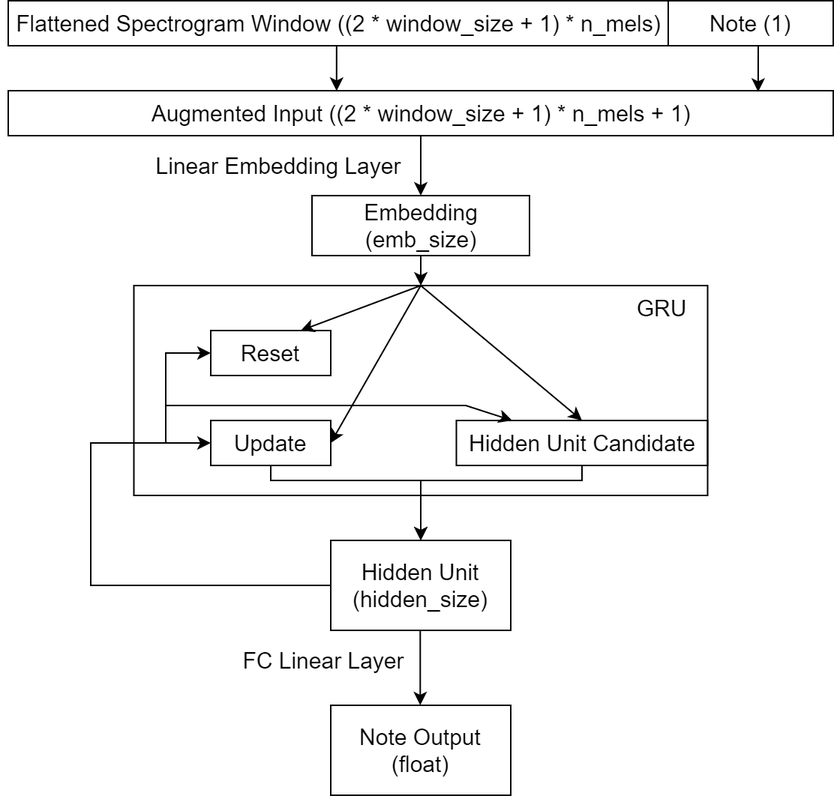
Hazelstorm/413w22-taikomapper keeps this draw.io diagram as images/noteColourRNN.png. Above is the earlier version. Source tidied: cells renumbered, new cells last; positions are measured from the earlier drawing's top-left corner, leaving out a move shared by most shapes. Source of this version:
```xml
<mxGraphModel>
  <root>
    <mxCell id="0" />
    <mxCell id="1" parent="0" />
    <mxCell id="2" style="rounded=0;whiteSpace=wrap;html=1;labelBackgroundColor=none;fontSize=15;strokeColor=default;fillColor=none;" parent="1" vertex="1">
      <mxGeometry x="88.8" y="190" width="382.5" height="140" as="geometry" />
    </mxCell>
    <mxCell id="3" style="edgeStyle=orthogonalEdgeStyle;rounded=0;jettySize=auto;html=1;exitX=0.5;exitY=1;exitDx=0;exitDy=0;entryX=0.398;entryY=0.005;entryDx=0;entryDy=0;entryPerimeter=0;fontSize=15;" parent="1" edge="1" source="4" target="26">
      <mxGeometry relative="1" as="geometry" />
    </mxCell>
    <mxCell id="4" style="rounded=0;whiteSpace=wrap;html=1;labelBackgroundColor=none;fontSize=15;fillColor=default;strokeColor=default;" parent="1" vertex="1">
      <mxGeometry x="5" width="440" height="30" as="geometry" />
    </mxCell>
    <mxCell id="5" value="Flattened Spectrogram Window ((2 * window_size + 1) * n_mels)" style="text;html=1;align=center;verticalAlign=middle;strokeColor=none;fillColor=none;fontSize=15;" parent="1" vertex="1">
      <mxGeometry y="5" width="450" height="20" as="geometry" />
    </mxCell>
    <mxCell id="6" value="Linear Embedding Layer" style="text;html=1;align=center;verticalAlign=middle;strokeColor=none;fillColor=none;fontSize=15;" parent="1" vertex="1">
      <mxGeometry x="95" y="100" width="180" height="20" as="geometry" />
    </mxCell>
    <mxCell id="7" style="edgeStyle=orthogonalEdgeStyle;rounded=0;jettySize=auto;html=1;exitX=0.5;exitY=1;exitDx=0;exitDy=0;fontSize=15;" parent="1" edge="1" source="8" target="2">
      <mxGeometry relative="1" as="geometry" />
    </mxCell>
    <mxCell id="8" value="Embedding (emb_size)" style="rounded=0;whiteSpace=wrap;html=1;labelBackgroundColor=none;fontSize=15;fillColor=default;strokeColor=default;" parent="1" vertex="1">
      <mxGeometry x="207.5" y="130" width="145" height="40" as="geometry" />
    </mxCell>
    <mxCell id="9" style="edgeStyle=orthogonalEdgeStyle;rounded=0;jettySize=auto;html=1;exitX=0;exitY=0.5;exitDx=0;exitDy=0;entryX=0;entryY=0.5;entryDx=0;entryDy=0;fontSize=15;" parent="1" edge="1" source="10" target="15">
      <mxGeometry relative="1" as="geometry">
        <Array as="points">
          <mxPoint x="60" y="390" />
          <mxPoint x="60" y="295" />
        </Array>
      </mxGeometry>
    </mxCell>
    <mxCell id="10" value="Hidden Unit&lt;br&gt;(hidden_size)" style="rounded=0;whiteSpace=wrap;html=1;labelBackgroundColor=none;fontSize=15;strokeColor=default;fillColor=default;" parent="1" vertex="1">
      <mxGeometry x="220" y="360" width="120" height="60" as="geometry" />
    </mxCell>
    <mxCell id="11" value="GRU" style="text;html=1;strokeColor=none;fillColor=none;align=center;verticalAlign=middle;whiteSpace=wrap;rounded=0;labelBackgroundColor=none;fontSize=15;" parent="1" vertex="1">
      <mxGeometry x="411.2" y="190" width="60" height="30" as="geometry" />
    </mxCell>
    <mxCell id="12" style="edgeStyle=orthogonalEdgeStyle;rounded=0;jettySize=auto;html=1;exitX=0.5;exitY=1;exitDx=0;exitDy=0;entryX=0.5;entryY=0;entryDx=0;entryDy=0;fontSize=15;" parent="1" edge="1" source="13" target="10">
      <mxGeometry relative="1" as="geometry">
        <Array as="points">
          <mxPoint x="388" y="320" />
          <mxPoint x="280" y="320" />
        </Array>
      </mxGeometry>
    </mxCell>
    <mxCell id="13" value="Hidden Unit Candidate" style="rounded=0;whiteSpace=wrap;html=1;labelBackgroundColor=none;fontSize=15;strokeColor=default;fillColor=none;" parent="1" vertex="1">
      <mxGeometry x="303.8" y="280" width="167.5" height="30" as="geometry" />
    </mxCell>
    <mxCell id="14" style="edgeStyle=orthogonalEdgeStyle;rounded=0;jettySize=auto;html=1;exitX=0.5;exitY=1;exitDx=0;exitDy=0;entryX=0.5;entryY=0;entryDx=0;entryDy=0;fontSize=15;" parent="1" edge="1" source="15" target="10">
      <mxGeometry relative="1" as="geometry">
        <Array as="points">
          <mxPoint x="180" y="320" />
          <mxPoint x="280" y="320" />
        </Array>
      </mxGeometry>
    </mxCell>
    <mxCell id="15" value="Update" style="rounded=0;whiteSpace=wrap;html=1;labelBackgroundColor=none;fontSize=15;strokeColor=default;fillColor=none;" parent="1" vertex="1">
      <mxGeometry x="140" y="280" width="80" height="30" as="geometry" />
    </mxCell>
    <mxCell id="16" value="Reset" style="rounded=0;whiteSpace=wrap;html=1;labelBackgroundColor=none;fontSize=15;strokeColor=default;fillColor=none;" parent="1" vertex="1">
      <mxGeometry x="140" y="220" width="80" height="30" as="geometry" />
    </mxCell>
    <mxCell id="17" style="endArrow=classic;html=1;rounded=0;fontSize=15;entryX=0;entryY=0.5;entryDx=0;entryDy=0;" parent="1" edge="1" target="16">
      <mxGeometry relative="1" as="geometry">
        <mxPoint x="110" y="295" as="sourcePoint" />
        <Array as="points">
          <mxPoint x="110" y="235" />
        </Array>
      </mxGeometry>
    </mxCell>
    <mxCell id="18" style="endArrow=classic;html=1;rounded=0;fontSize=15;exitX=0.5;exitY=0;exitDx=0;exitDy=0;entryX=0.75;entryY=0;entryDx=0;entryDy=0;" parent="1" edge="1" source="2" target="16">
      <mxGeometry relative="1" as="geometry" />
    </mxCell>
    <mxCell id="19" style="endArrow=classic;html=1;rounded=0;fontSize=15;exitX=0.5;exitY=0;exitDx=0;exitDy=0;entryX=0.5;entryY=0;entryDx=0;entryDy=0;" parent="1" edge="1" source="2" target="13">
      <mxGeometry relative="1" as="geometry" />
    </mxCell>
    <mxCell id="20" style="endArrow=classic;html=1;rounded=0;fontSize=15;entryX=1;entryY=0.5;entryDx=0;entryDy=0;" parent="1" edge="1" target="15">
      <mxGeometry relative="1" as="geometry">
        <mxPoint x="280" y="190" as="sourcePoint" />
      </mxGeometry>
    </mxCell>
    <mxCell id="21" style="endArrow=classic;html=1;rounded=0;fontSize=15;" parent="1" edge="1" target="13">
      <mxGeometry relative="1" as="geometry">
        <mxPoint x="110" y="270" as="sourcePoint" />
        <Array as="points">
          <mxPoint x="310" y="270" />
        </Array>
      </mxGeometry>
    </mxCell>
    <mxCell id="22" value="FC Linear Layer" style="text;html=1;align=center;verticalAlign=middle;strokeColor=none;fillColor=none;fontSize=15;" parent="1" vertex="1">
      <mxGeometry x="155" y="430" width="120" height="20" as="geometry" />
    </mxCell>
    <mxCell id="23" style="edgeStyle=orthogonalEdgeStyle;rounded=0;orthogonalLoop=1;jettySize=auto;html=1;exitX=0.5;exitY=1;exitDx=0;exitDy=0;entryX=0.5;entryY=0;entryDx=0;entryDy=0;fontSize=15;" parent="1" edge="1">
      <mxGeometry relative="1" as="geometry">
        <mxPoint x="279.7" y="420" as="sourcePoint" />
        <mxPoint x="279.7" y="470" as="targetPoint" />
      </mxGeometry>
    </mxCell>
    <mxCell id="24" value="Note Output&lt;br&gt;(float)" style="rounded=0;whiteSpace=wrap;html=1;labelBackgroundColor=none;fontSize=15;strokeColor=default;fillColor=default;" parent="1" vertex="1">
      <mxGeometry x="220" y="470" width="120" height="60" as="geometry" />
    </mxCell>
    <mxCell id="25" style="edgeStyle=orthogonalEdgeStyle;rounded=0;jettySize=auto;html=1;exitX=0.5;exitY=1;exitDx=0;exitDy=0;entryX=0.5;entryY=0;entryDx=0;entryDy=0;fontSize=15;" parent="1" edge="1" source="26" target="8">
      <mxGeometry relative="1" as="geometry" />
    </mxCell>
    <mxCell id="26" style="rounded=0;whiteSpace=wrap;html=1;labelBackgroundColor=none;fontSize=15;fillColor=default;strokeColor=default;" parent="1" vertex="1">
      <mxGeometry x="5" y="60" width="550" height="30" as="geometry" />
    </mxCell>
    <mxCell id="27" value="Augmented Input ((2 * window_size + 1) * n_mels + 1)" style="text;html=1;align=center;verticalAlign=middle;strokeColor=none;fillColor=none;fontSize=15;" parent="1" vertex="1">
      <mxGeometry x="95" y="65" width="370" height="20" as="geometry" />
    </mxCell>
    <mxCell id="28" style="edgeStyle=orthogonalEdgeStyle;rounded=0;jettySize=auto;html=1;exitX=0.5;exitY=1;exitDx=0;exitDy=0;entryX=0.909;entryY=0.024;entryDx=0;entryDy=0;entryPerimeter=0;fontSize=15;" parent="1" edge="1" source="29" target="26">
      <mxGeometry relative="1" as="geometry" />
    </mxCell>
    <mxCell id="29" value="Note (1)" style="rounded=0;whiteSpace=wrap;html=1;labelBackgroundColor=none;fontSize=15;strokeColor=default;fillColor=none;" parent="1" vertex="1">
      <mxGeometry x="445" width="110" height="30" as="geometry" />
    </mxCell>
  </root>
</mxGraphModel>
```
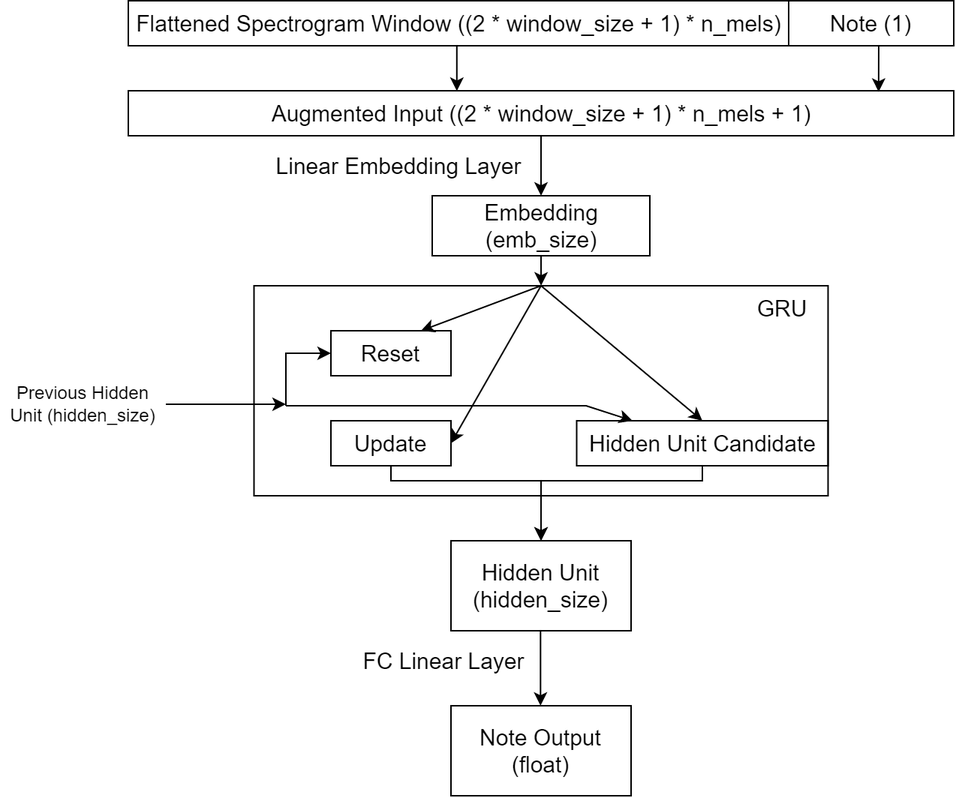
The same diagram one commit later.

The edit, as a diff of the source:
```diff
@@ -23,14 +23,6 @@
     <mxCell id="8" value="Embedding (emb_size)" style="rounded=0;whiteSpace=wrap;html=1;labelBackgroundColor=none;fontSize=15;fillColor=default;strokeColor=default;" parent="1" vertex="1">
       <mxGeometry x="207.5" y="130" width="145" height="40" as="geometry" />
     </mxCell>
-    <mxCell id="9" style="edgeStyle=orthogonalEdgeStyle;rounded=0;jettySize=auto;html=1;exitX=0;exitY=0.5;exitDx=0;exitDy=0;entryX=0;entryY=0.5;entryDx=0;entryDy=0;fontSize=15;" parent="1" edge="1" source="10" target="15">
-      <mxGeometry relative="1" as="geometry">
-        <Array as="points">
-          <mxPoint x="60" y="390" />
-          <mxPoint x="60" y="295" />
-        </Array>
-      </mxGeometry>
-    </mxCell>
     <mxCell id="10" value="Hidden Unit&lt;br&gt;(hidden_size)" style="rounded=0;whiteSpace=wrap;html=1;labelBackgroundColor=none;fontSize=15;strokeColor=default;fillColor=default;" parent="1" vertex="1">
       <mxGeometry x="220" y="360" width="120" height="60" as="geometry" />
     </mxCell>
@@ -64,7 +56,7 @@
     </mxCell>
     <mxCell id="17" style="endArrow=classic;html=1;rounded=0;fontSize=15;entryX=0;entryY=0.5;entryDx=0;entryDy=0;" parent="1" edge="1" target="16">
       <mxGeometry relative="1" as="geometry">
-        <mxPoint x="110" y="295" as="sourcePoint" />
+        <mxPoint x="110" y="270" as="sourcePoint" />
         <Array as="points">
           <mxPoint x="110" y="235" />
         </Array>
@@ -116,5 +108,13 @@
     <mxCell id="29" value="Note (1)" style="rounded=0;whiteSpace=wrap;html=1;labelBackgroundColor=none;fontSize=15;strokeColor=default;fillColor=none;" parent="1" vertex="1">
       <mxGeometry x="445" width="110" height="30" as="geometry" />
     </mxCell>
+    <mxCell id="30" style="endArrow=classic;html=1;rounded=0;exitX=1;exitY=0.5;exitDx=0;exitDy=0;" parent="1" edge="1" source="31">
+      <mxGeometry relative="1" as="geometry">
+        <mxPoint x="110" y="269" as="targetPoint" />
+      </mxGeometry>
+    </mxCell>
+    <mxCell id="31" value="Previous Hidden Unit (hidden_size)" style="text;html=1;strokeColor=none;fillColor=none;align=center;verticalAlign=middle;whiteSpace=wrap;rounded=0;" parent="1" vertex="1">
+      <mxGeometry x="-80" y="254" width="110" height="30" as="geometry" />
+    </mxCell>
   </root>
 </mxGraphModel>
```
